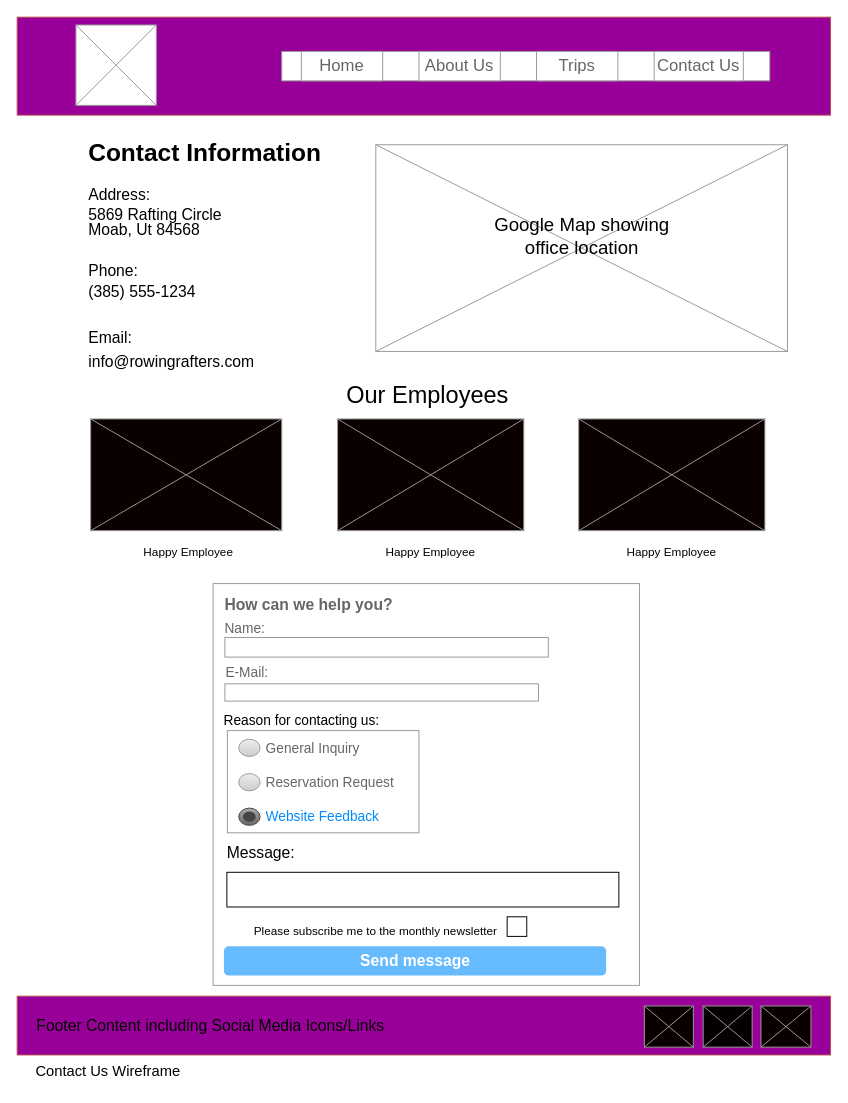
The draw.io diagram wireframes/contact-us drawio.drawio in abrandon-project/wdd130, before the edit. Source tidied: cells renumbered, new cells numbered last; positions are measured from the earlier drawing's top-left corner, leaving out a move shared by most shapes. Both pictures are drawn from the tidied source at 98%, with x=0, y=0 at pixel (17, 17).
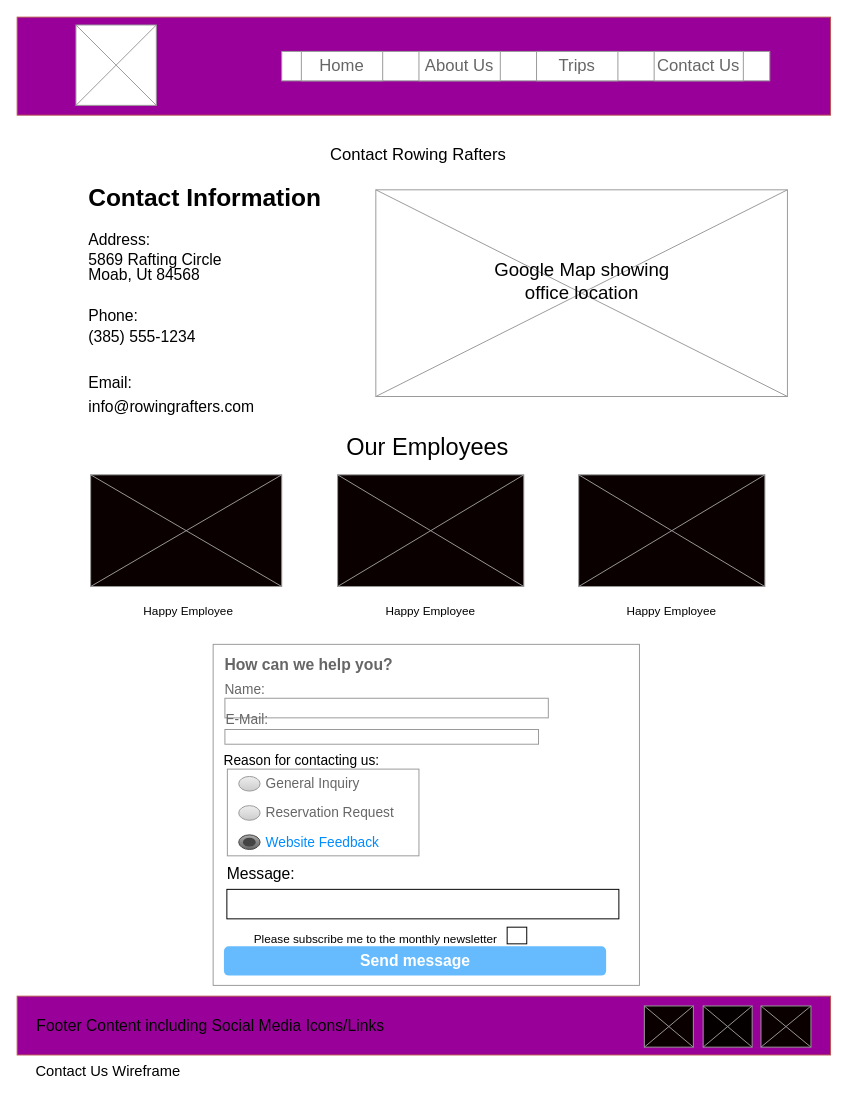
After the change.

The edit, as a diff of the source:
```diff
@@
     <mxCell id="9" style="strokeWidth=1;shadow=0;dashed=0;align=center;html=1;shape=mxgraph.mockup.forms.rrect;rSize=0;strokeColor=#999999;fillColor=#ffffff;fontSize=15;" parent="1" vertex="1">
-      <mxGeometry x="200" y="578" width="435" height="410" as="geometry" />
+      <mxGeometry x="200" y="640" width="435" height="348" as="geometry" />
     </mxCell>
@@
     <mxCell id="14" value="Reason for contacting us:" style="text;html=1;align=center;verticalAlign=middle;whiteSpace=wrap;rounded=0;fontSize=14;" parent="9" vertex="1">
-      <mxGeometry x="-51.2" y="122.4" width="282.8" height="35.1" as="geometry" />
+      <mxGeometry x="-51.2" y="103.9" width="282.8" height="29.8" as="geometry" />
     </mxCell>
     <mxCell id="15" style="strokeWidth=1;shadow=0;dashed=0;align=center;html=1;shape=mxgraph.mockup.forms.rrect;rSize=0;strokeColor=#999999;fillColor=#ffffff;" parent="9" vertex="1">
-      <mxGeometry x="14.5" y="150" width="195.5" height="104.3" as="geometry" />
+      <mxGeometry x="14.5" y="127.3" width="195.5" height="88.5" as="geometry" />
     </mxCell>
     <mxCell id="16" value="&lt;font style=&quot;font-size: 14px;&quot;&gt;General Inquiry&lt;/font&gt;" style="shape=ellipse;rSize=0;fillColor=#eeeeee;strokeColor=#999999;gradientColor=#cccccc;html=1;align=left;spacingLeft=4;fontSize=17;fontColor=#666666;labelPosition=right;" parent="15" vertex="1">
-      <mxGeometry x="11.6" y="8.8" width="21.8" height="17.6" as="geometry" />
+      <mxGeometry x="11.6" y="7.5" width="21.8" height="14.9" as="geometry" />
     </mxCell>
     <mxCell id="17" value="&lt;font style=&quot;font-size: 14px;&quot;&gt;Reservation Request&lt;/font&gt;" style="shape=ellipse;rSize=0;fillColor=#eeeeee;strokeColor=#999999;gradientColor=#cccccc;html=1;align=left;spacingLeft=4;fontSize=17;fontColor=#666666;labelPosition=right;" parent="15" vertex="1">
-      <mxGeometry x="11.6" y="43.9" width="21.8" height="17.6" as="geometry" />
+      <mxGeometry x="11.6" y="37.3" width="21.8" height="14.9" as="geometry" />
     </mxCell>
     <mxCell id="18" value="&lt;font style=&quot;font-size: 14px;&quot;&gt;Website Feedback&lt;/font&gt;" style="shape=ellipse;rSize=0;fillColor=#aaaaaa;strokeColor=#444444;gradientColor=#666666;html=1;align=left;spacingLeft=4;fontSize=17;fontColor=#008cff;labelPosition=right;" parent="15" vertex="1">
-      <mxGeometry x="11.6" y="79.1" width="21.8" height="17.6" as="geometry" />
+      <mxGeometry x="11.6" y="67.1" width="21.8" height="14.9" as="geometry" />
     </mxCell>
     <mxCell id="19" style="shape=ellipse;fillColor=#444444;strokeColor=none;html=1;" parent="18" vertex="1">
-      <mxGeometry x="4.3" y="3.5" width="13" height="10.5" as="geometry" />
+      <mxGeometry x="4.3" y="3" width="13" height="8.9" as="geometry" />
     </mxCell>
     <mxCell id="20" value="E-Mail:" style="strokeWidth=1;shadow=0;dashed=0;align=center;html=1;shape=mxgraph.mockup.forms.anchor;fontSize=14;fontColor=#666666;align=left;spacingLeft=0;" parent="9" vertex="1">
-      <mxGeometry x="11" y="78.9" width="46.6" height="23.4" as="geometry" />
+      <mxGeometry x="11" y="67" width="46.6" height="19.9" as="geometry" />
     </mxCell>
     <mxCell id="21" style="strokeWidth=1;shadow=0;dashed=0;align=center;html=1;shape=mxgraph.mockup.forms.rrect;rSize=0;strokeColor=#999999;fontColor=#666666;align=left;spacingLeft=5;fontSize=16;" parent="9" vertex="1">
-      <mxGeometry x="12" y="102.3" width="320" height="17.6" as="geometry" />
+      <mxGeometry x="12" y="86.9" width="320" height="15" as="geometry" />
     </mxCell>
     <mxCell id="22" value="Message:" style="text;html=1;align=center;verticalAlign=middle;whiteSpace=wrap;rounded=0;fontSize=16;" parent="9" vertex="1">
-      <mxGeometry x="0.5" y="257.7" width="95.5" height="35.1" as="geometry" />
+      <mxGeometry x="0.5" y="218.7" width="95.5" height="29.8" as="geometry" />
     </mxCell>
     <mxCell id="23" style="rounded=0;whiteSpace=wrap;html=1;" parent="9" vertex="1">
-      <mxGeometry x="14" y="294.6" width="400" height="35.4" as="geometry" />
+      <mxGeometry x="14" y="250" width="400" height="30.1" as="geometry" />
     </mxCell>
     <mxCell id="24" value="Please subscribe me to the monthly newsletter" style="text;html=1;align=center;verticalAlign=middle;whiteSpace=wrap;rounded=0;" parent="9" vertex="1">
-      <mxGeometry x="12" y="340" width="308" height="30" as="geometry" />
+      <mxGeometry x="12" y="288.6" width="308" height="25.5" as="geometry" />
     </mxCell>
     <mxCell id="25" style="rounded=0;whiteSpace=wrap;html=1;" parent="9" vertex="1">
-      <mxGeometry x="300" y="340" width="20" height="20" as="geometry" />
+      <mxGeometry x="300" y="288.6" width="20" height="17" as="geometry" />
     </mxCell>
     <mxCell id="26" value="Our Employees" style="text;html=1;align=center;verticalAlign=middle;whiteSpace=wrap;rounded=0;fontSize=24;" parent="1" vertex="1">
-      <mxGeometry x="334" y="371" width="170" height="30" as="geometry" />
+      <mxGeometry x="334" y="424" width="170" height="30" as="geometry" />
     </mxCell>
     <mxCell id="27" style="group;" parent="1" vertex="1">
-      <mxGeometry x="75" y="410" width="688" height="114" as="geometry" />
+      <mxGeometry x="75" y="467" width="688" height="114" as="geometry" />
     </mxCell>
@@
     <mxCell id="31" style="group;" parent="1" vertex="1">
-      <mxGeometry x="110" y="531" width="623" height="30" as="geometry" />
+      <mxGeometry x="110" y="592" width="623" height="30" as="geometry" />
     </mxCell>
@@
     <mxCell id="35" style="group;" parent="1" vertex="1">
-      <mxGeometry x="71" y="110" width="715" height="260" as="geometry" />
+      <mxGeometry x="71" y="156" width="715" height="260" as="geometry" />
     </mxCell>
@@
+    <mxCell id="47" value="Contact Rowing Rafters" style="text;html=1;align=center;verticalAlign=middle;whiteSpace=wrap;rounded=0;fontSize=17;" parent="1" vertex="1">
+      <mxGeometry x="309" y="126" width="201" height="30" as="geometry" />
+    </mxCell>
```
